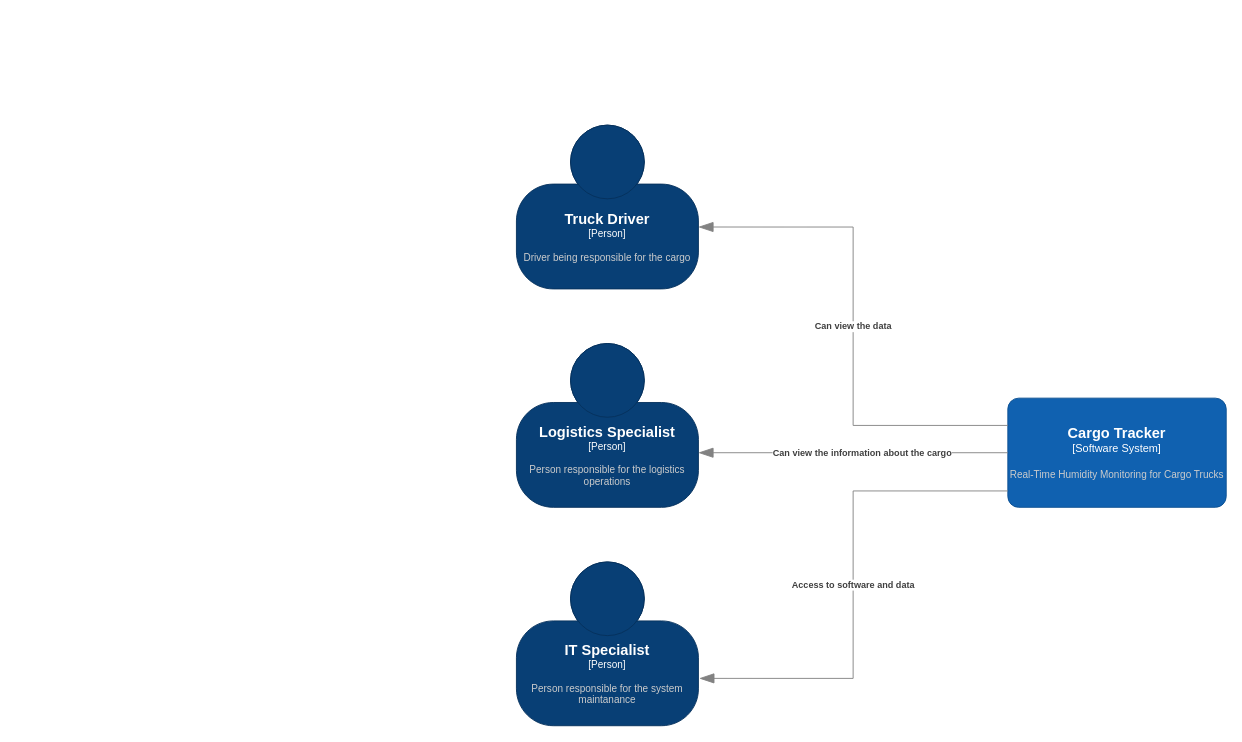
AKCDV/CargoTracker_Group4 keeps this draw.io diagram as cargo_tracker.drawio. Above is the earlier version. Source tidied: cells renumbered, new cells numbered last; positions are measured from the earlier drawing's top-left corner, leaving out a move shared by most shapes. Both pictures are drawn from the tidied source at 91%, with x=0, y=0 at pixel (516, 125).
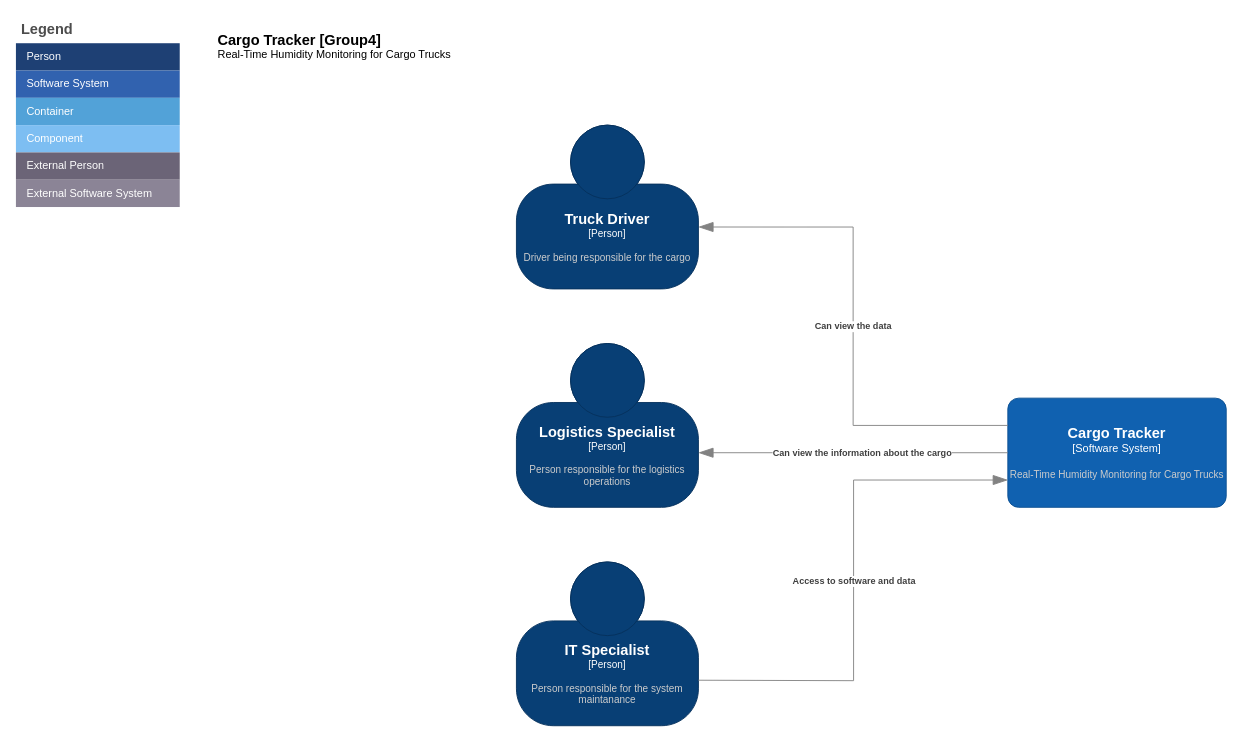
The same diagram, later.

Unchanged cells that the change refers to:
```xml
<object id="2" label="&lt;font style=&quot;font-size: 16px&quot;&gt;&lt;b&gt;%c4Name%&lt;/b&gt;&lt;/font&gt;&lt;div&gt;[%c4Type%]&lt;/div&gt;&lt;br&gt;&lt;div&gt;&lt;font style=&quot;font-size: 11px&quot;&gt;&lt;font color=&quot;#cccccc&quot;&gt;%c4Description%&lt;/font&gt;&lt;/div&gt;" c4Description="Real-Time Humidity Monitoring for Cargo Trucks" c4Name="Cargo Tracker" c4Type="Software System" placeholders="1">
  <mxCell style="rounded=1;whiteSpace=wrap;html=1;labelBackgroundColor=none;fillColor=#1061B0;fontColor=#ffffff;align=center;arcSize=10;strokeColor=#0D5091;points=[[0.25,0,0],[0.5,0,0],[0.75,0,0],[1,0.25,0],[1,0.5,0],[1,0.75,0],[0.75,1,0],[0.5,1,0],[0.25,1,0],[0,0.75,0],[0,0.5,0],[0,0.25,0]];" parent="1" vertex="1">
    <mxGeometry x="540" y="300" width="240" height="120" as="geometry" />
  </mxCell>
</object>
<object id="5" label="&lt;font style=&quot;font-size: 16px&quot;&gt;&lt;b&gt;%c4Name%&lt;/b&gt;&lt;/font&gt;&lt;div&gt;[%c4Type%]&lt;/div&gt;&lt;br&gt;&lt;div&gt;&lt;font style=&quot;font-size: 11px&quot;&gt;&lt;font color=&quot;#cccccc&quot;&gt;%c4Description%&lt;/font&gt;&lt;/div&gt;" c4Description="Person responsible for the system maintanance" c4Name="IT Specialist" c4Type="Person" placeholders="1">
  <mxCell style="html=1;fontSize=11;dashed=0;whiteSpace=wrap;fillColor=#083F75;strokeColor=#06315C;fontColor=#ffffff;shape=mxgraph.c4.person2;align=center;points=[[0.5,0,0],[1,0.5,0],[1,0.75,0],[0.75,1,0],[0.5,1,0],[0.25,1,0],[0,0.75,0],[0,0.5,0]];" parent="1" vertex="1">
    <mxGeometry y="480" width="200" height="180" as="geometry" />
  </mxCell>
</object>
```

Change to the diagram source:
```diff
@@
     <object id="8" label="&lt;div style=&quot;text-align: left&quot;&gt;&lt;div style=&quot;text-align: center&quot;&gt;&lt;b&gt;%c4Description%&lt;/b&gt;&lt;/div&gt;" c4Description="Access to software and data" placeholders="1">
-      <mxCell style="endArrow=blockThin;html=1;fontSize=10;fontColor=#404040;strokeWidth=1;endFill=1;strokeColor=#828282;elbow=vertical;endSize=14;startSize=14;jumpStyle=arc;jumpSize=16;rounded=0;edgeStyle=orthogonalEdgeStyle;entryX=1.005;entryY=0.711;entryDx=0;entryDy=0;entryPerimeter=0;exitX=0;exitY=0.85;exitDx=0;exitDy=0;exitPerimeter=0;" parent="1" edge="1" source="2" target="5">
+      <mxCell style="endArrow=blockThin;html=1;fontSize=10;fontColor=#404040;strokeWidth=1;endFill=1;strokeColor=#828282;elbow=vertical;endSize=14;startSize=14;jumpStyle=arc;jumpSize=16;rounded=0;edgeStyle=orthogonalEdgeStyle;entryX=0;entryY=0.75;entryDx=0;entryDy=0;entryPerimeter=0;" parent="1" edge="1" target="2">
         <mxGeometry relative="1" as="geometry">
-          <Array as="points">
-            <mxPoint x="370" y="402" />
-            <mxPoint x="370" y="608" />
-          </Array>
+          <mxPoint x="200" y="610" as="sourcePoint" />
         </mxGeometry>
       </mxCell>
     </object>
+    <mxCell id="9" value="Legend" style="shape=table;startSize=30;childLayout=tableLayout;fontSize=16;align=left;verticalAlign=top;fillColor=none;strokeColor=none;fontColor=#4D4D4D;fontStyle=1;spacingLeft=6;spacing=0;" parent="1" vertex="1">
+      <mxGeometry x="-550" y="-120" width="180" height="210" as="geometry" />
+    </mxCell>
+    <mxCell id="10" style="shape=tableRow;horizontal=0;startSize=0;swimlaneHead=0;swimlaneBody=0;strokeColor=inherit;top=0;left=0;bottom=0;right=0;fillColor=none;fontSize=12;" parent="9" vertex="1">
+      <mxGeometry y="30" width="180" height="30" as="geometry" />
+    </mxCell>
+    <mxCell id="11" value="Person" style="shape=partialRectangle;html=1;whiteSpace=wrap;strokeColor=inherit;overflow=hidden;fillColor=#1E4074;top=0;left=0;bottom=0;right=0;fontSize=12;align=left;fontColor=#FFFFFF;gradientColor=none;spacingLeft=10;spacingRight=4;" parent="10" vertex="1">
+      <mxGeometry width="180" height="30" as="geometry" />
+    </mxCell>
+    <mxCell id="12" style="shape=tableRow;horizontal=0;startSize=0;swimlaneHead=0;swimlaneBody=0;strokeColor=inherit;top=0;left=0;bottom=0;right=0;fillColor=none;fontSize=12;" parent="9" vertex="1">
+      <mxGeometry y="60" width="180" height="30" as="geometry" />
+    </mxCell>
+    <mxCell id="13" value="Software System" style="shape=partialRectangle;html=1;whiteSpace=wrap;strokeColor=inherit;overflow=hidden;fillColor=#3162AF;top=0;left=0;bottom=0;right=0;fontSize=12;align=left;fontColor=#FFFFFF;gradientColor=none;spacingLeft=10;spacingRight=4;" parent="12" vertex="1">
+      <mxGeometry width="180" height="30" as="geometry" />
+    </mxCell>
+    <mxCell id="14" style="shape=tableRow;horizontal=0;startSize=0;swimlaneHead=0;swimlaneBody=0;strokeColor=inherit;top=0;left=0;bottom=0;right=0;fillColor=none;fontSize=12;" parent="9" vertex="1">
+      <mxGeometry y="90" width="180" height="30" as="geometry" />
+    </mxCell>
+    <mxCell id="15" value="Container" style="shape=partialRectangle;html=1;whiteSpace=wrap;strokeColor=inherit;overflow=hidden;fillColor=#52a2d8;top=0;left=0;bottom=0;right=0;fontSize=12;align=left;fontColor=#FFFFFF;gradientColor=none;spacingLeft=10;spacingRight=4;" parent="14" vertex="1">
+      <mxGeometry width="180" height="30" as="geometry" />
+    </mxCell>
+    <mxCell id="16" style="shape=tableRow;horizontal=0;startSize=0;swimlaneHead=0;swimlaneBody=0;strokeColor=inherit;top=0;left=0;bottom=0;right=0;fillColor=none;fontSize=12;" parent="9" vertex="1">
+      <mxGeometry y="120" width="180" height="30" as="geometry" />
+    </mxCell>
+    <mxCell id="17" value="Component" style="shape=partialRectangle;html=1;whiteSpace=wrap;strokeColor=inherit;overflow=hidden;fillColor=#7dbef2;top=0;left=0;bottom=0;right=0;fontSize=12;align=left;fontColor=#FFFFFF;gradientColor=none;spacingLeft=10;spacingRight=4;" parent="16" vertex="1">
+      <mxGeometry width="180" height="30" as="geometry" />
+    </mxCell>
+    <mxCell id="18" style="shape=tableRow;horizontal=0;startSize=0;swimlaneHead=0;swimlaneBody=0;strokeColor=inherit;top=0;left=0;bottom=0;right=0;fillColor=none;fontSize=12;" parent="9" vertex="1">
+      <mxGeometry y="150" width="180" height="30" as="geometry" />
+    </mxCell>
+    <mxCell id="19" value="External Person" style="shape=partialRectangle;html=1;whiteSpace=wrap;strokeColor=inherit;overflow=hidden;fillColor=#6b6477;top=0;left=0;bottom=0;right=0;fontSize=12;align=left;fontColor=#FFFFFF;gradientColor=none;spacingLeft=10;spacingRight=4;" parent="18" vertex="1">
+      <mxGeometry width="180" height="30" as="geometry" />
+    </mxCell>
+    <mxCell id="20" style="shape=tableRow;horizontal=0;startSize=0;swimlaneHead=0;swimlaneBody=0;strokeColor=inherit;top=0;left=0;bottom=0;right=0;fillColor=none;fontSize=12;" parent="9" vertex="1">
+      <mxGeometry y="180" width="180" height="30" as="geometry" />
+    </mxCell>
+    <mxCell id="21" value="External Software System" style="shape=partialRectangle;html=1;whiteSpace=wrap;strokeColor=inherit;overflow=hidden;fillColor=#8b8496;top=0;left=0;bottom=0;right=0;fontSize=12;align=left;fontColor=#FFFFFF;gradientColor=none;spacingLeft=10;spacingRight=4;" parent="20" vertex="1">
+      <mxGeometry width="180" height="30" as="geometry" />
+    </mxCell>
+    <object id="22" label="&lt;font style=&quot;font-size: 16px&quot;&gt;&lt;b&gt;&lt;div style=&quot;text-align: left&quot;&gt;%c4Name%&lt;/div&gt;&lt;/b&gt;&lt;/font&gt;&lt;div style=&quot;text-align: left&quot;&gt;%c4Description%&lt;/div&gt;" c4Description="Real-Time Humidity Monitoring for Cargo Trucks" c4Name="Cargo Tracker [Group4]" placeholders="1">
+      <mxCell style="text;html=1;strokeColor=none;fillColor=none;align=left;verticalAlign=top;whiteSpace=wrap;rounded=0;" parent="1" vertex="1">
+        <mxGeometry x="-330" y="-110" width="260" height="40" as="geometry" />
+      </mxCell>
+    </object>
```
